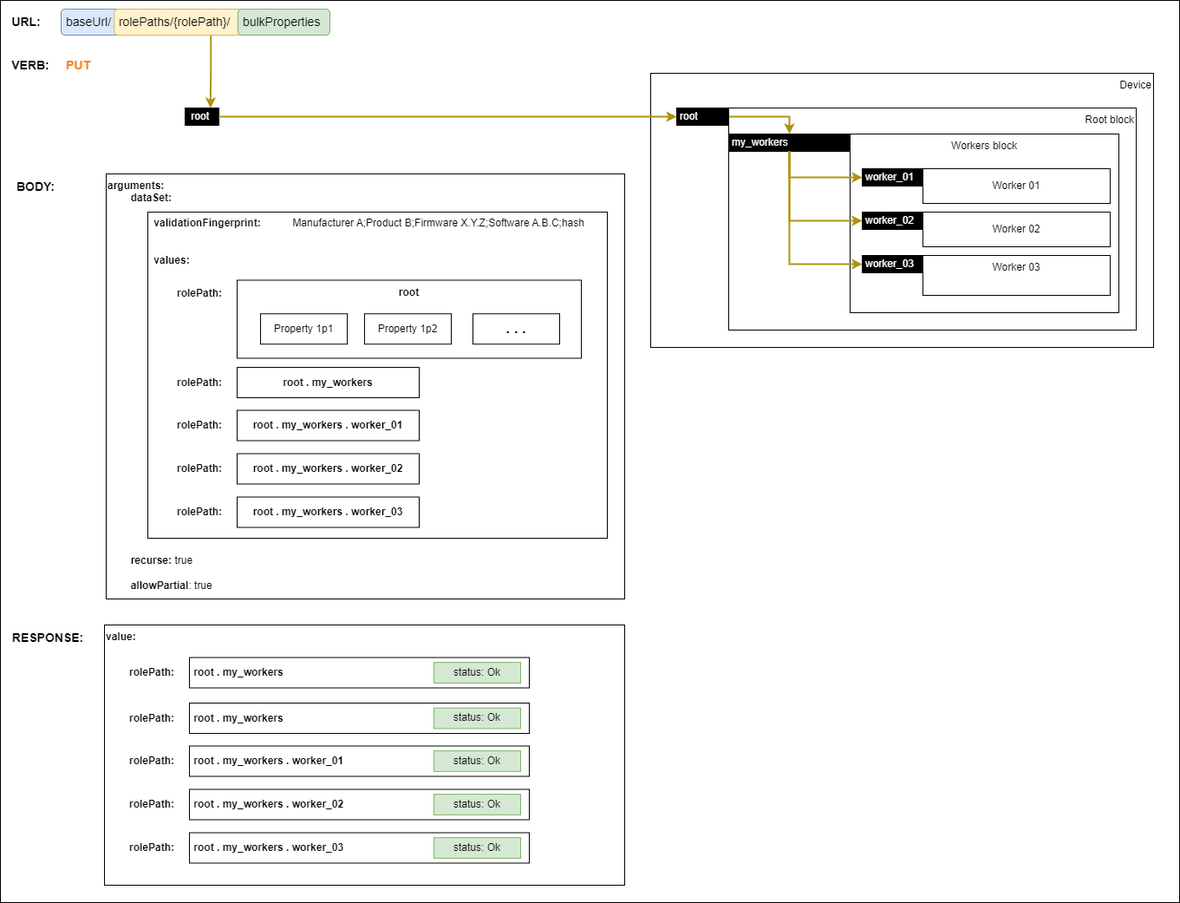
The draw.io diagram docs/images/restoring-full-backup.png in AMWA-TV/is-device-configuration, before a commit. Source tidied: cells renumbered, new cells last; positions are measured from the earlier drawing's top-left corner, leaving out a move shared by most shapes.
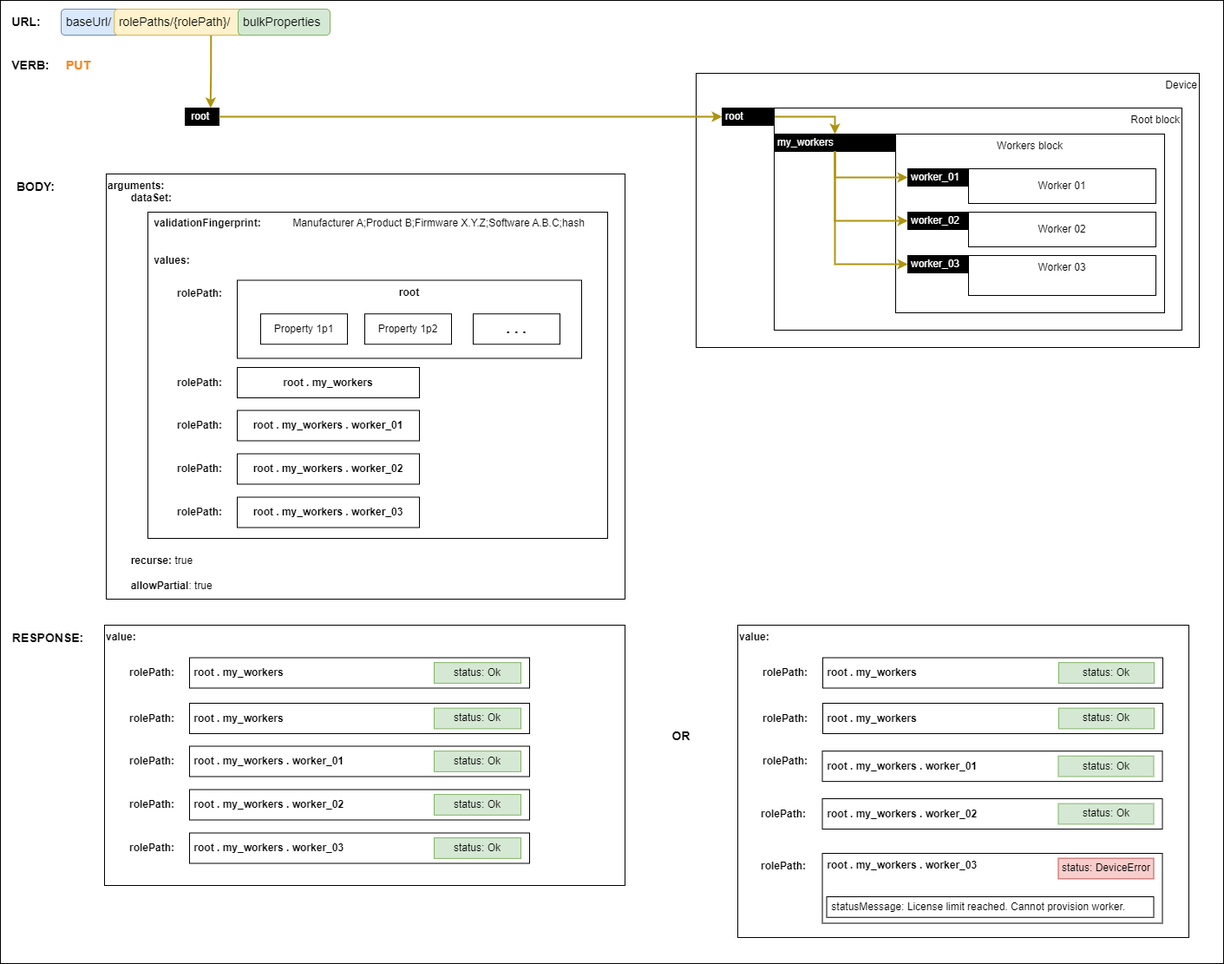
Later version of the same file.

Commit message:
Update Backup & Restore

- better response examples in diagrams
- definition for software version

Change to the diagram source:
```diff
@@ -3,7 +3,7 @@
     <mxCell id="0" />
     <mxCell id="1" parent="0" />
     <mxCell id="2" style="rounded=0;whiteSpace=wrap;html=1;" parent="1" vertex="1">
-      <mxGeometry width="1360" height="1040" as="geometry" />
+      <mxGeometry width="1410" height="1110" as="geometry" />
     </mxCell>
     <mxCell id="3" value="&lt;div&gt;&lt;b&gt;arguments:&lt;/b&gt;&lt;/div&gt;&lt;div&gt;&lt;b&gt;&lt;span style=&quot;white-space: pre;&quot;&gt;&#9;&lt;/span&gt;dataSet:&lt;br&gt;&lt;/b&gt;&lt;/div&gt;&lt;div&gt;&lt;br&gt;&lt;/div&gt;&lt;div&gt;&lt;b&gt;&lt;span style=&quot;white-space: pre;&quot;&gt;&lt;span style=&quot;white-space: pre;&quot;&gt;&#9;&lt;/span&gt;&#9;&lt;/span&gt;validationFingerprint:&lt;/b&gt; &lt;span style=&quot;white-space: pre;&quot;&gt;&#9;&lt;/span&gt;&lt;span style=&quot;white-space: pre;&quot;&gt;&#9;&lt;/span&gt;Manufacturer A;Product B;Firmware X.Y.Z;Software A.B.C;hash&lt;br&gt;&lt;/div&gt;&lt;div&gt;&lt;br&gt;&lt;/div&gt;&lt;div&gt;&lt;br&gt;&lt;/div&gt;&lt;b&gt;&lt;span style=&quot;white-space: pre;&quot;&gt;&#9;&lt;span style=&quot;white-space: pre;&quot;&gt;&#9;&lt;/span&gt;&lt;/span&gt;values:&lt;/b&gt;&lt;div&gt;&lt;b&gt;&lt;br&gt;&lt;/b&gt;&lt;/div&gt;&lt;div&gt;&lt;b&gt;&lt;br&gt;&lt;/b&gt;&lt;/div&gt;&lt;div&gt;&lt;b&gt;&lt;br&gt;&lt;/b&gt;&lt;/div&gt;&lt;div&gt;&lt;b&gt;&lt;br&gt;&lt;/b&gt;&lt;/div&gt;&lt;div&gt;&lt;b&gt;&lt;br&gt;&lt;/b&gt;&lt;/div&gt;&lt;div&gt;&lt;b&gt;&lt;br&gt;&lt;/b&gt;&lt;/div&gt;&lt;div&gt;&lt;b&gt;&lt;br&gt;&lt;/b&gt;&lt;/div&gt;&lt;div&gt;&lt;b&gt;&lt;br&gt;&lt;/b&gt;&lt;/div&gt;&lt;div&gt;&lt;b&gt;&lt;br&gt;&lt;/b&gt;&lt;/div&gt;&lt;div&gt;&lt;b&gt;&lt;br&gt;&lt;/b&gt;&lt;/div&gt;&lt;div&gt;&lt;b&gt;&lt;br&gt;&lt;/b&gt;&lt;/div&gt;&lt;div&gt;&lt;b&gt;&lt;br&gt;&lt;/b&gt;&lt;/div&gt;&lt;div&gt;&lt;b&gt;&lt;br&gt;&lt;/b&gt;&lt;/div&gt;&lt;div&gt;&lt;b&gt;&lt;br&gt;&lt;/b&gt;&lt;/div&gt;&lt;div&gt;&lt;b&gt;&lt;br&gt;&lt;/b&gt;&lt;/div&gt;&lt;div&gt;&lt;b&gt;&lt;br&gt;&lt;/b&gt;&lt;/div&gt;&lt;div&gt;&lt;b&gt;&lt;br&gt;&lt;/b&gt;&lt;/div&gt;&lt;div&gt;&lt;b&gt;&lt;br&gt;&lt;/b&gt;&lt;/div&gt;&lt;div&gt;&lt;b&gt;&lt;br&gt;&lt;/b&gt;&lt;/div&gt;&lt;div&gt;&lt;b&gt;&lt;br&gt;&lt;/b&gt;&lt;/div&gt;&lt;div&gt;&lt;b&gt;&lt;br&gt;&lt;/b&gt;&lt;/div&gt;&lt;div&gt;&lt;b&gt;&lt;br&gt;&lt;/b&gt;&lt;/div&gt;&lt;div&gt;&lt;b&gt;&lt;br&gt;&lt;/b&gt;&lt;/div&gt;&lt;div&gt;&lt;b&gt;&lt;span style=&quot;white-space: pre;&quot;&gt;&#9;&lt;/span&gt;recurse:&lt;/b&gt; true&lt;br&gt;&lt;/div&gt;&lt;div&gt;&lt;br&gt;&lt;/div&gt;&lt;div&gt;&lt;span style=&quot;white-space: pre;&quot;&gt;&#9;&lt;/span&gt;&lt;b&gt;allowPartial&lt;/b&gt;: true&lt;br&gt;&lt;/div&gt;" style="rounded=0;whiteSpace=wrap;html=1;align=left;verticalAlign=top;" parent="1" vertex="1">
       <mxGeometry x="122" y="200" width="598" height="490" as="geometry" />
@@ -12,37 +12,37 @@
       <mxGeometry x="170" y="244" width="530" height="376" as="geometry" />
     </mxCell>
     <mxCell id="5" value="Device" style="rounded=0;whiteSpace=wrap;html=1;align=right;verticalAlign=top;" parent="1" vertex="1">
-      <mxGeometry x="750" y="84" width="580" height="316" as="geometry" />
+      <mxGeometry x="802" y="84" width="580" height="316" as="geometry" />
     </mxCell>
     <mxCell id="6" value="&lt;div&gt;Root block&lt;br&gt;&lt;/div&gt;" style="rounded=0;whiteSpace=wrap;html=1;align=right;verticalAlign=top;" parent="1" vertex="1">
-      <mxGeometry x="840" y="124" width="470" height="256" as="geometry" />
+      <mxGeometry x="892" y="124" width="470" height="256" as="geometry" />
     </mxCell>
     <mxCell id="7" value="Workers block" style="rounded=0;whiteSpace=wrap;html=1;verticalAlign=top;" parent="1" vertex="1">
-      <mxGeometry x="980" y="154" width="310" height="206" as="geometry" />
+      <mxGeometry x="1032" y="154" width="310" height="206" as="geometry" />
     </mxCell>
     <mxCell id="8" value="Worker 01" style="rounded=0;whiteSpace=wrap;html=1;" parent="1" vertex="1">
-      <mxGeometry x="1064" y="194" width="216" height="40" as="geometry" />
+      <mxGeometry x="1116" y="194" width="216" height="40" as="geometry" />
     </mxCell>
     <mxCell id="9" value="Worker 02" style="rounded=0;whiteSpace=wrap;html=1;" parent="1" vertex="1">
-      <mxGeometry x="1064" y="244" width="216" height="40" as="geometry" />
+      <mxGeometry x="1116" y="244" width="216" height="40" as="geometry" />
     </mxCell>
     <mxCell id="10" value="Worker 03" style="rounded=0;whiteSpace=wrap;html=1;verticalAlign=top;" parent="1" vertex="1">
-      <mxGeometry x="1064" y="294" width="216" height="46" as="geometry" />
+      <mxGeometry x="1116" y="294" width="216" height="46" as="geometry" />
     </mxCell>
     <mxCell id="11" style="edgeStyle=orthogonalEdgeStyle;rounded=0;jettySize=auto;html=1;exitX=1;exitY=0.5;exitDx=0;exitDy=0;fontColor=#000000;strokeColor=#ae930f;strokeWidth=2;" parent="1" edge="1" source="12" target="13">
       <mxGeometry relative="1" as="geometry" />
     </mxCell>
     <mxCell id="12" value="root" style="rounded=0;whiteSpace=wrap;html=1;align=left;fillColor=#000000;fontColor=#FFFFFF;spacingLeft=2;" parent="1" vertex="1">
-      <mxGeometry x="780" y="124" width="60" height="20" as="geometry" />
+      <mxGeometry x="832" y="124" width="60" height="20" as="geometry" />
     </mxCell>
     <mxCell id="13" value="my_workers" style="rounded=0;whiteSpace=wrap;html=1;align=left;fillColor=#000000;fontColor=#FFFFFF;spacingLeft=2;" parent="1" vertex="1">
-      <mxGeometry x="840" y="154" width="140" height="20" as="geometry" />
+      <mxGeometry x="892" y="154" width="140" height="20" as="geometry" />
     </mxCell>
     <mxCell id="14" value="worker_01" style="rounded=0;whiteSpace=wrap;html=1;align=left;fillColor=#000000;fontColor=#FFFFFF;spacingLeft=2;" parent="1" vertex="1">
-      <mxGeometry x="994" y="194" width="70" height="20" as="geometry" />
+      <mxGeometry x="1046" y="194" width="70" height="20" as="geometry" />
     </mxCell>
     <mxCell id="15" value="worker_02" style="rounded=0;whiteSpace=wrap;html=1;align=left;fillColor=#000000;fontColor=#FFFFFF;spacingLeft=2;" parent="1" vertex="1">
-      <mxGeometry x="994" y="244" width="70" height="20" as="geometry" />
+      <mxGeometry x="1046" y="244" width="70" height="20" as="geometry" />
     </mxCell>
     <mxCell id="16" value="URL:" style="text;html=1;strokeColor=none;fillColor=none;align=center;verticalAlign=middle;whiteSpace=wrap;rounded=0;fontStyle=1;fontSize=14;" parent="1" vertex="1">
       <mxGeometry x="10" y="10" width="40" height="30" as="geometry" />
@@ -57,7 +57,7 @@
       <mxGeometry x="213" y="124" width="39" height="20" as="geometry" />
     </mxCell>
     <mxCell id="20" value="worker_03" style="rounded=0;whiteSpace=wrap;html=1;align=left;fillColor=#000000;fontColor=#FFFFFF;spacingLeft=2;" parent="1" vertex="1">
-      <mxGeometry x="994" y="294" width="70" height="20" as="geometry" />
+      <mxGeometry x="1046" y="294" width="70" height="20" as="geometry" />
     </mxCell>
     <mxCell id="21" style="edgeStyle=orthogonalEdgeStyle;rounded=0;jettySize=auto;html=1;fontColor=#000000;strokeColor=#ae930f;entryX=0.75;entryY=0;entryDx=0;entryDy=0;strokeWidth=2;exitX=0.75;exitY=1;exitDx=0;exitDy=0;" parent="1" edge="1" source="23" target="19">
       <mxGeometry relative="1" as="geometry" />
@@ -176,5 +176,59 @@
     <mxCell id="59" value="status: Ok" style="rounded=0;whiteSpace=wrap;html=1;strokeColor=#82b366;align=center;verticalAlign=middle;fontFamily=Helvetica;fontSize=12;fontColor=default;fillColor=#d5e8d4;" parent="1" vertex="1">
       <mxGeometry x="500" y="965.1" width="100" height="23.8" as="geometry" />
     </mxCell>
+    <mxCell id="60" value="&lt;div&gt;&lt;b style=&quot;background-color: initial;&quot;&gt;value:&lt;/b&gt;&lt;br&gt;&lt;/div&gt;" style="rounded=0;whiteSpace=wrap;html=1;align=left;verticalAlign=top;" parent="1" vertex="1">
+      <mxGeometry x="850" y="720" width="520" height="360" as="geometry" />
+    </mxCell>
+    <mxCell id="61" value="&lt;b&gt;rolePath:&lt;/b&gt;" style="text;html=1;align=center;verticalAlign=middle;whiteSpace=wrap;rounded=0;" parent="1" vertex="1">
+      <mxGeometry x="875" y="760" width="60" height="30" as="geometry" />
+    </mxCell>
+    <mxCell id="62" value="&amp;nbsp;root . my_workers" style="rounded=0;whiteSpace=wrap;html=1;align=left;fontStyle=1;" parent="1" vertex="1">
+      <mxGeometry x="948" y="810" width="392" height="35" as="geometry" />
+    </mxCell>
+    <mxCell id="63" value="&amp;nbsp;root . my_workers . worker_02" style="rounded=0;whiteSpace=wrap;html=1;align=left;fontStyle=1;" parent="1" vertex="1">
+      <mxGeometry x="947.5" y="920" width="392" height="35" as="geometry" />
+    </mxCell>
+    <mxCell id="64" value="&lt;b&gt;rolePath:&lt;/b&gt;" style="text;html=1;align=center;verticalAlign=middle;whiteSpace=wrap;rounded=0;" parent="1" vertex="1">
+      <mxGeometry x="875" y="812.5" width="60" height="30" as="geometry" />
+    </mxCell>
+    <mxCell id="65" value="&lt;b&gt;rolePath:&lt;/b&gt;" style="text;html=1;align=center;verticalAlign=middle;whiteSpace=wrap;rounded=0;" parent="1" vertex="1">
+      <mxGeometry x="875" y="862" width="60" height="30" as="geometry" />
+    </mxCell>
+    <mxCell id="66" value="&lt;b&gt;rolePath:&lt;/b&gt;" style="text;html=1;align=center;verticalAlign=middle;whiteSpace=wrap;rounded=0;" parent="1" vertex="1">
+      <mxGeometry x="872.5" y="922.5" width="60" height="30" as="geometry" />
+    </mxCell>
+    <mxCell id="67" value="&lt;b&gt;rolePath:&lt;/b&gt;" style="text;html=1;align=center;verticalAlign=middle;whiteSpace=wrap;rounded=0;" parent="1" vertex="1">
+      <mxGeometry x="872.5" y="983" width="60" height="30" as="geometry" />
+    </mxCell>
+    <mxCell id="68" value="&amp;nbsp;root . my_workers" style="rounded=0;whiteSpace=wrap;html=1;align=left;fontStyle=1;" parent="1" vertex="1">
+      <mxGeometry x="948" y="757.5" width="392" height="35" as="geometry" />
+    </mxCell>
+    <mxCell id="69" value="status: Ok" style="rounded=0;whiteSpace=wrap;html=1;fillColor=#d5e8d4;strokeColor=#82b366;" parent="1" vertex="1">
+      <mxGeometry x="1220" y="763.1" width="110" height="23.8" as="geometry" />
+    </mxCell>
+    <mxCell id="70" value="status: Ok" style="rounded=0;whiteSpace=wrap;html=1;strokeColor=#82b366;align=center;verticalAlign=middle;fontFamily=Helvetica;fontSize=12;fontColor=default;fillColor=#d5e8d4;" parent="1" vertex="1">
+      <mxGeometry x="1220" y="815.6" width="110" height="23.8" as="geometry" />
+    </mxCell>
+    <mxCell id="71" value="status: Ok" style="rounded=0;whiteSpace=wrap;html=1;strokeColor=#82b366;align=center;verticalAlign=middle;fontFamily=Helvetica;fontSize=12;fontColor=default;fillColor=#d5e8d4;" parent="1" vertex="1">
+      <mxGeometry x="1219.5" y="925.6" width="110" height="23.8" as="geometry" />
+    </mxCell>
+    <mxCell id="72" value="OR" style="text;html=1;strokeColor=none;fillColor=none;align=center;verticalAlign=middle;whiteSpace=wrap;rounded=0;fontStyle=1;fontSize=14;" parent="1" vertex="1">
+      <mxGeometry x="740" y="832.5" width="90" height="30" as="geometry" />
+    </mxCell>
+    <mxCell id="73" value="&amp;nbsp;root . my_workers . worker_03" style="rounded=0;whiteSpace=wrap;html=1;align=left;fontStyle=1;verticalAlign=top;" parent="1" vertex="1">
+      <mxGeometry x="947.5" y="983" width="392" height="80.5" as="geometry" />
+    </mxCell>
+    <mxCell id="74" value="status: DeviceError" style="rounded=0;whiteSpace=wrap;html=1;strokeColor=#b85450;align=center;verticalAlign=middle;fontFamily=Helvetica;fontSize=12;fillColor=#f8cecc;" parent="1" vertex="1">
+      <mxGeometry x="1219.5" y="988.6" width="110" height="23.8" as="geometry" />
+    </mxCell>
+    <mxCell id="75" value="&amp;nbsp;statusMessage: License limit reached. Cannot provision worker." style="rounded=0;whiteSpace=wrap;html=1;align=left;verticalAlign=middle;fontFamily=Helvetica;fontSize=12;" parent="1" vertex="1">
+      <mxGeometry x="952.5" y="1033" width="377" height="23.8" as="geometry" />
+    </mxCell>
+    <mxCell id="76" value="&amp;nbsp;root . my_workers . worker_01" style="rounded=0;whiteSpace=wrap;html=1;align=left;fontStyle=1;" parent="1" vertex="1">
+      <mxGeometry x="947.5" y="865.1" width="392" height="35" as="geometry" />
+    </mxCell>
+    <mxCell id="77" value="status: Ok" style="rounded=0;whiteSpace=wrap;html=1;strokeColor=#82b366;align=center;verticalAlign=middle;fontFamily=Helvetica;fontSize=12;fontColor=default;fillColor=#d5e8d4;" parent="1" vertex="1">
+      <mxGeometry x="1219.5" y="870.7" width="110" height="23.8" as="geometry" />
+    </mxCell>
   </root>
 </mxGraphModel>
```
